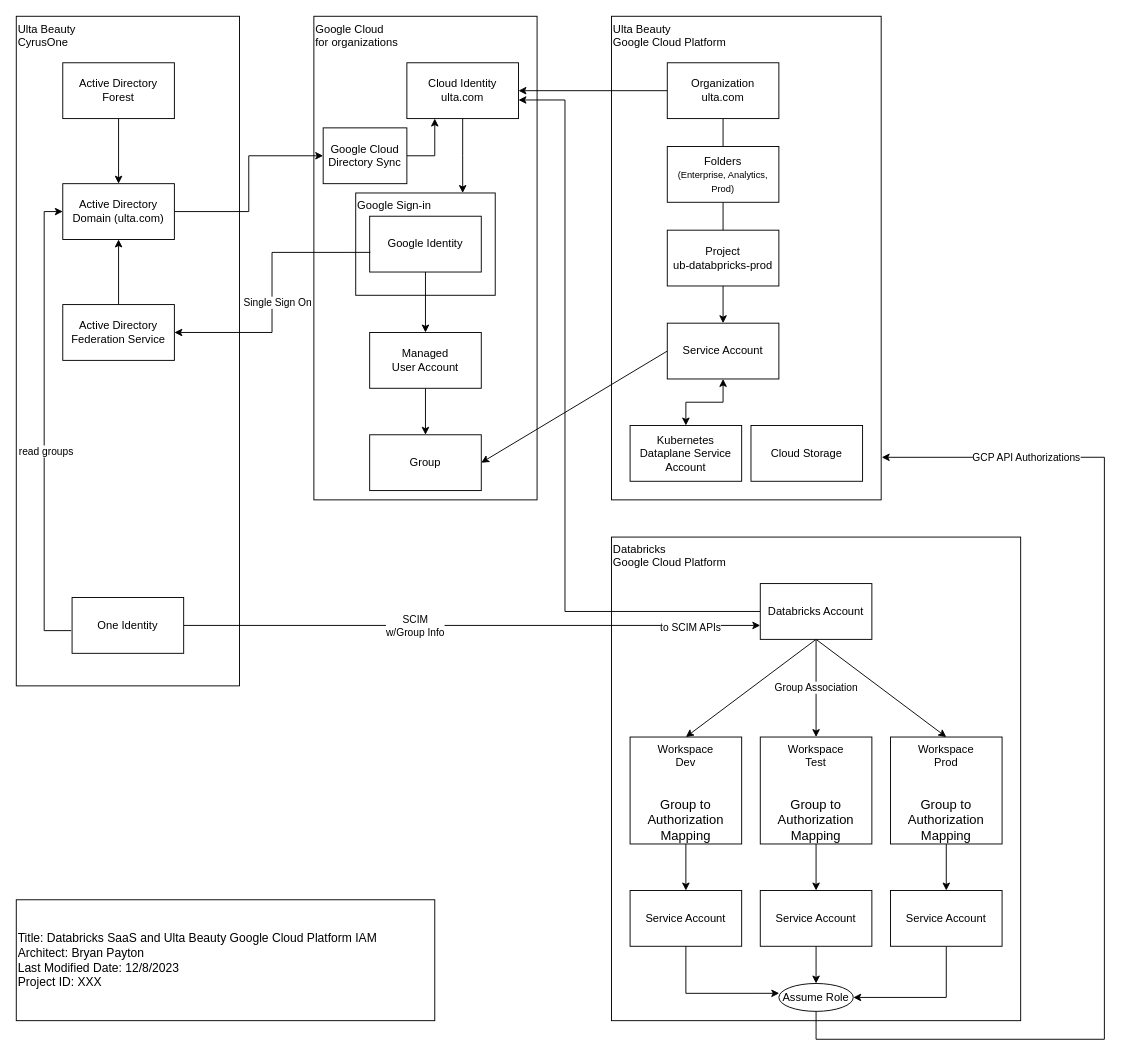
Above: page "Identity and Access Management" (4 of 7) of images/databricks.drawio in bpayt2/temp (draw.io), before the change. Source tidied: cells renumbered, new cells numbered last; positions are measured from the earlier drawing's top-left corner, leaving out a move shared by most shapes. Both pictures are drawn from the tidied source at 93%, with x=0, y=0 at pixel (16, 16).
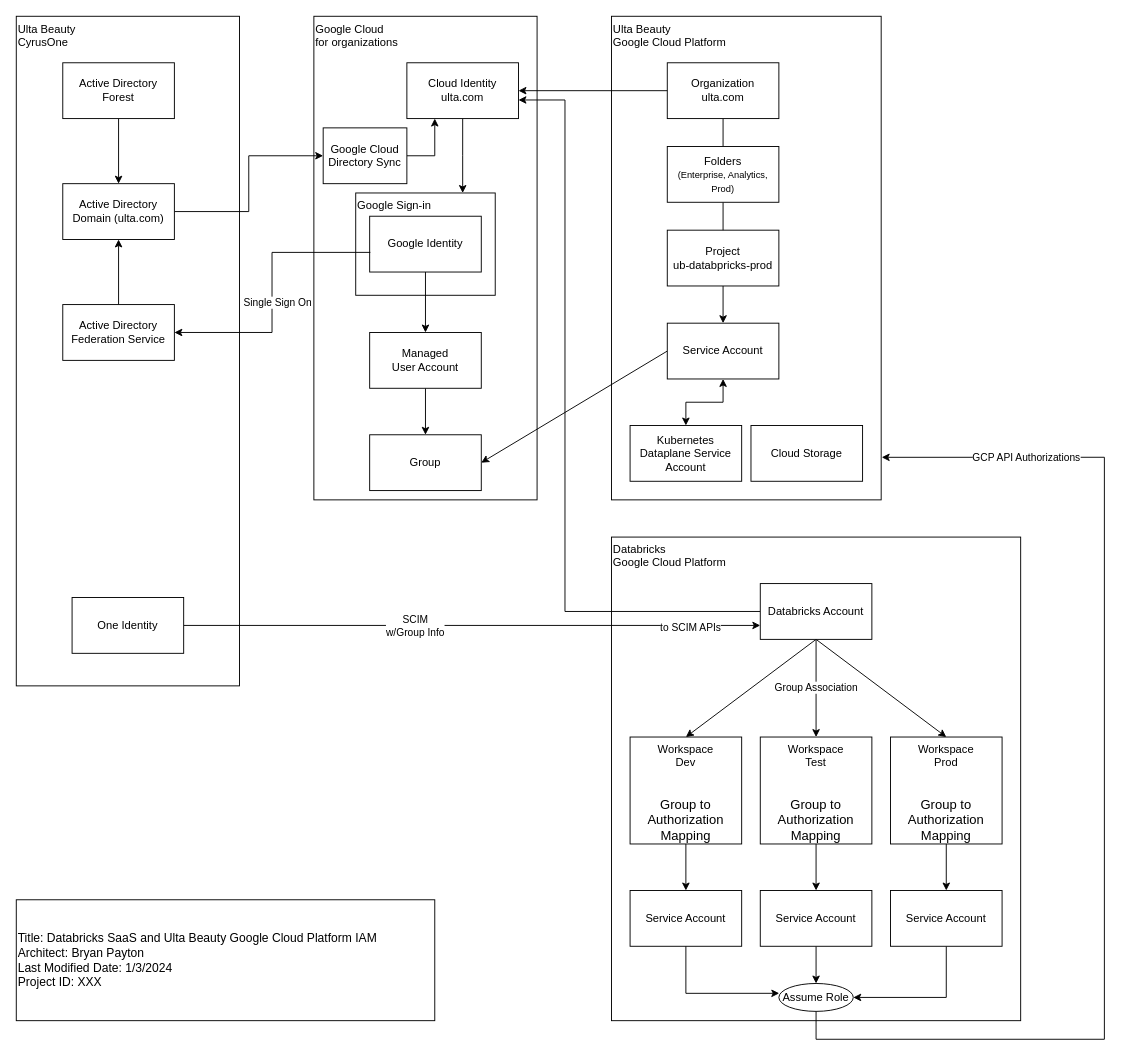
The same diagram, later.

Unchanged cells that the change refers to:
```xml
<mxCell id="28" value="Active Directory Domain (ulta.com)" style="rounded=0;whiteSpace=wrap;html=1;" parent="1" vertex="1">
  <mxGeometry x="50" y="180" width="120" height="60" as="geometry" />
</mxCell>
<mxCell id="65" value="One Identity" style="rounded=0;whiteSpace=wrap;html=1;" parent="1" vertex="1">
  <mxGeometry x="60" y="625" width="120" height="60" as="geometry" />
</mxCell>
```

Change to the diagram source:
```diff
@@
-    <mxCell id="62" value="&lt;font style=&quot;font-size: 13px;&quot;&gt;Title: Databricks SaaS and Ulta Beauty Google Cloud Platform IAM&lt;br&gt;Architect: Bryan Payton&lt;br&gt;Last Modified Date: 12/8/2023&lt;br&gt;Project ID: XXX&lt;/font&gt;" style="rounded=0;whiteSpace=wrap;html=1;align=left;" parent="1" vertex="1">
+    <mxCell id="62" value="&lt;font style=&quot;font-size: 13px;&quot;&gt;Title: Databricks SaaS and Ulta Beauty Google Cloud Platform IAM&lt;br&gt;Architect: Bryan Payton&lt;br&gt;Last Modified Date: 1/3/2024&lt;br&gt;Project ID: XXX&lt;/font&gt;" style="rounded=0;whiteSpace=wrap;html=1;align=left;" parent="1" vertex="1">
       <mxGeometry y="950" width="450" height="130" as="geometry" />
     </mxCell>
-    <mxCell id="63" style="edgeStyle=orthogonalEdgeStyle;rounded=0;jettySize=auto;html=1;exitX=-0.008;exitY=0.593;exitDx=0;exitDy=0;entryX=0;entryY=0.5;entryDx=0;entryDy=0;exitPerimeter=0;" parent="1" edge="1" source="65" target="28">
-      <mxGeometry relative="1" as="geometry" />
-    </mxCell>
-    <mxCell id="64" value="read groups" style="edgeLabel;html=1;align=center;verticalAlign=middle;" parent="63" vertex="1">
-      <mxGeometry x="-0.11" y="-1" relative="1" as="geometry" />
-    </mxCell>
```
